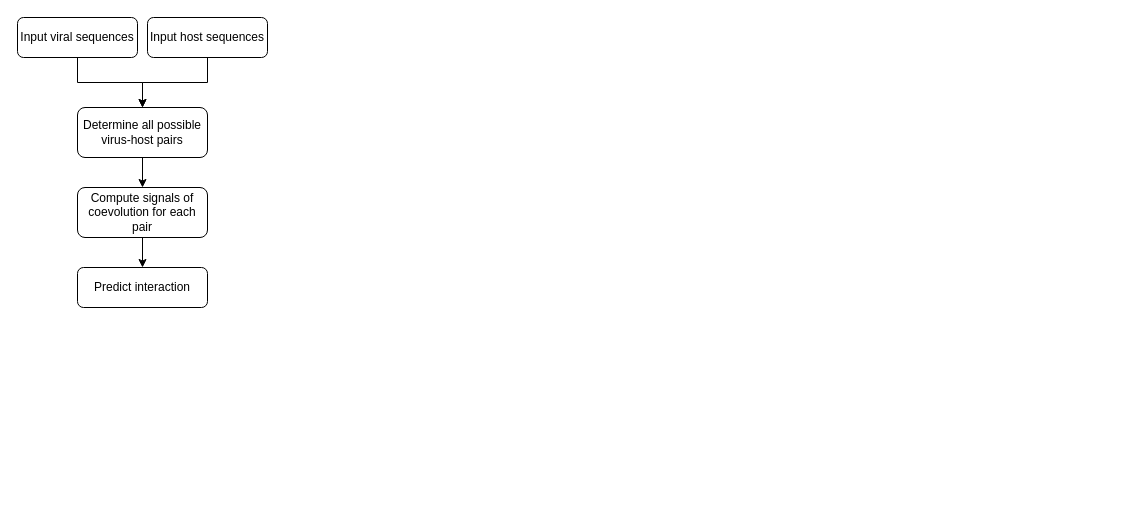
This is design_documents/VirusInfectionPredictor_workflow.drawio from DuhaimeLab/VirusHostInteractionPredictor, a draw.io file, before an edit. Source tidied: cells renumbered, new cells numbered last; positions are measured from the earlier drawing's top-left corner, leaving out a move shared by most shapes. Both pictures are drawn from the tidied source at 100%, with x=0, y=0 at pixel (17, 17).
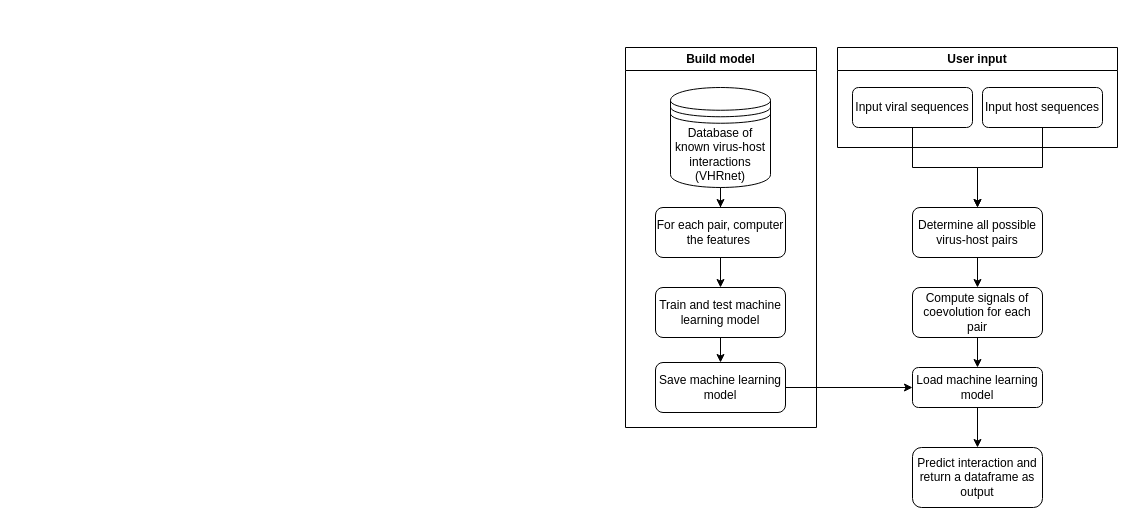
The same page after the edit.

Commit message:
added details to workflow diagram for VIP

What changed in the source:
```diff
@@
     <mxCell id="3" value="Input viral sequences" style="rounded=1;whiteSpace=wrap;html=1;" parent="1" vertex="1">
-      <mxGeometry width="120" height="40" as="geometry" />
+      <mxGeometry x="835" y="70" width="120" height="40" as="geometry" />
     </mxCell>
@@
     <mxCell id="5" value="Input host sequences" style="rounded=1;whiteSpace=wrap;html=1;" parent="1" vertex="1">
-      <mxGeometry x="130" width="120" height="40" as="geometry" />
+      <mxGeometry x="965" y="70" width="120" height="40" as="geometry" />
     </mxCell>
@@
     <mxCell id="7" value="Determine all possible virus-host pairs" style="rounded=1;whiteSpace=wrap;html=1;" parent="1" vertex="1">
-      <mxGeometry x="60" y="90" width="130" height="50" as="geometry" />
+      <mxGeometry x="895" y="190" width="130" height="50" as="geometry" />
     </mxCell>
-    <mxCell id="8" style="edgeStyle=orthogonalEdgeStyle;rounded=0;jettySize=auto;html=1;entryX=0.5;entryY=0;entryDx=0;entryDy=0;" parent="1" edge="1" source="9" target="10">
-      <mxGeometry relative="1" as="geometry" />
-    </mxCell>
+    <mxCell id="11" style="edgeStyle=orthogonalEdgeStyle;rounded=0;jettySize=auto;html=1;" parent="1" edge="1" source="9" target="17">
+      <mxGeometry relative="1" as="geometry" />
+    </mxCell>
     <mxCell id="9" value="Compute signals of coevolution for each pair" style="rounded=1;whiteSpace=wrap;html=1;" parent="1" vertex="1">
-      <mxGeometry x="60" y="170" width="130" height="50" as="geometry" />
+      <mxGeometry x="895" y="270" width="130" height="50" as="geometry" />
     </mxCell>
-    <mxCell id="10" value="Predict interaction" style="rounded=1;whiteSpace=wrap;html=1;" parent="1" vertex="1">
-      <mxGeometry x="60" y="250" width="130" height="40" as="geometry" />
+    <mxCell id="10" value="Predict interaction and return a dataframe as output" style="rounded=1;whiteSpace=wrap;html=1;" parent="1" vertex="1">
+      <mxGeometry x="895" y="430" width="130" height="60" as="geometry" />
     </mxCell>
+    <mxCell id="12" style="edgeStyle=orthogonalEdgeStyle;rounded=0;jettySize=auto;html=1;entryX=0.5;entryY=0;entryDx=0;entryDy=0;" parent="1" edge="1" source="13" target="19">
+      <mxGeometry relative="1" as="geometry" />
+    </mxCell>
+    <mxCell id="13" value="Database of known virus-host interactions (VHRnet)" style="shape=datastore;whiteSpace=wrap;html=1;" parent="1" vertex="1">
+      <mxGeometry x="653" y="70" width="100" height="100" as="geometry" />
+    </mxCell>
+    <mxCell id="14" value="User input" style="swimlane;whiteSpace=wrap;html=1;" parent="1" vertex="1">
+      <mxGeometry x="820" y="30" width="280" height="100" as="geometry" />
+    </mxCell>
+    <mxCell id="15" style="edgeStyle=orthogonalEdgeStyle;rounded=0;jettySize=auto;html=1;entryX=0;entryY=0.5;entryDx=0;entryDy=0;" parent="1" edge="1" source="22" target="17">
+      <mxGeometry relative="1" as="geometry" />
+    </mxCell>
+    <mxCell id="16" style="edgeStyle=orthogonalEdgeStyle;rounded=0;jettySize=auto;html=1;entryX=0.5;entryY=0;entryDx=0;entryDy=0;" parent="1" edge="1" source="17" target="10">
+      <mxGeometry relative="1" as="geometry" />
+    </mxCell>
+    <mxCell id="17" value="Load machine learning model" style="rounded=1;whiteSpace=wrap;html=1;" parent="1" vertex="1">
+      <mxGeometry x="895" y="350" width="130" height="40" as="geometry" />
+    </mxCell>
+    <mxCell id="18" value="Build model" style="swimlane;whiteSpace=wrap;html=1;" parent="1" vertex="1">
+      <mxGeometry x="608" y="30" width="191" height="380" as="geometry" />
+    </mxCell>
+    <mxCell id="19" value="For each pair, computer the features&amp;nbsp;" style="rounded=1;whiteSpace=wrap;html=1;" parent="18" vertex="1">
+      <mxGeometry x="30" y="160" width="130" height="50" as="geometry" />
+    </mxCell>
+    <mxCell id="20" value="Train and test machine learning model" style="rounded=1;whiteSpace=wrap;html=1;" parent="18" vertex="1">
+      <mxGeometry x="30" y="240" width="130" height="50" as="geometry" />
+    </mxCell>
+    <mxCell id="21" style="edgeStyle=orthogonalEdgeStyle;rounded=0;jettySize=auto;html=1;" parent="18" edge="1" source="19" target="20">
+      <mxGeometry relative="1" as="geometry" />
+    </mxCell>
+    <mxCell id="22" value="Save machine learning model" style="rounded=1;whiteSpace=wrap;html=1;" parent="18" vertex="1">
+      <mxGeometry x="30" y="315" width="130" height="50" as="geometry" />
+    </mxCell>
+    <mxCell id="23" style="edgeStyle=orthogonalEdgeStyle;rounded=0;jettySize=auto;html=1;" parent="18" edge="1" source="20" target="22">
+      <mxGeometry relative="1" as="geometry" />
+    </mxCell>
```
